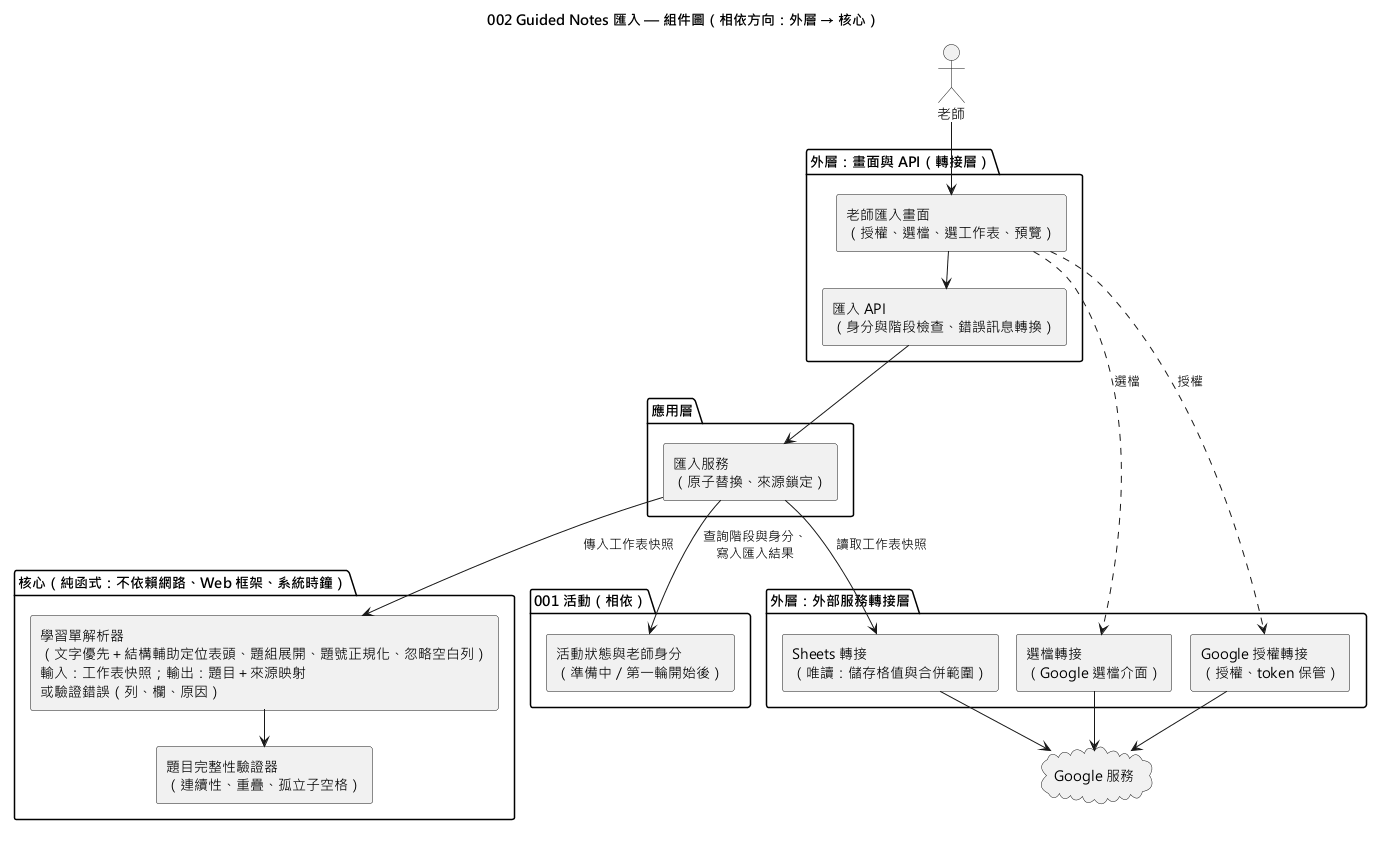
EricC430/lecture-answer-first_group16_speckit keeps this PlantUML diagram as diagrams/002-guided-notes-import-component.png. Above is the earlier version.
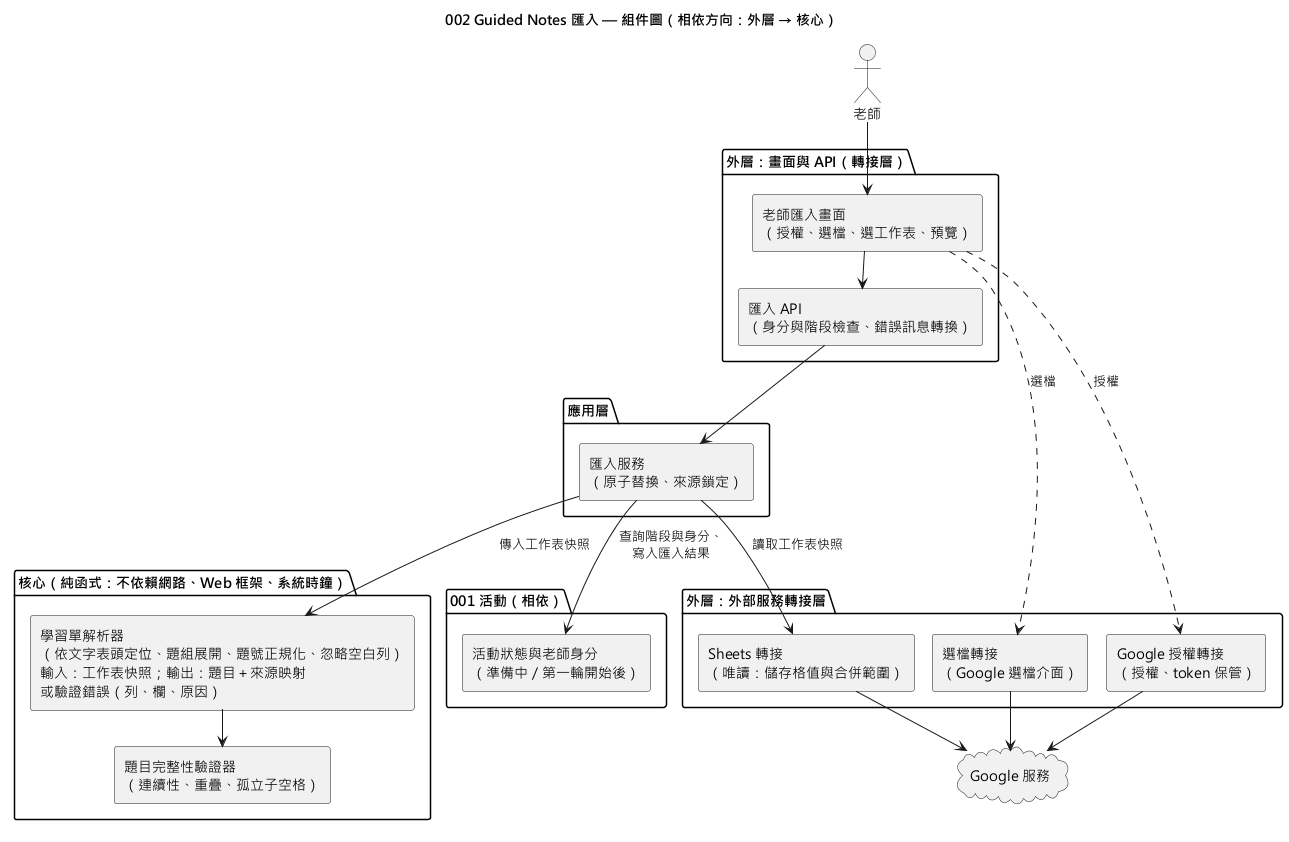
After the change.

Diff of the diagram source:
```diff
@@ -16,7 +16,7 @@
 }
 
 package "核心（純函式：不依賴網路、Web 框架、系統時鐘）" {
-  [學習單解析器\n（文字優先＋結構輔助定位表頭、題組展開、題號正規化、忽略空白列）\n輸入：工作表快照；輸出：題目＋來源映射\n或驗證錯誤（列、欄、原因）] as Parser
+  [學習單解析器\n（依文字表頭定位、題組展開、題號正規化、忽略空白列）\n輸入：工作表快照；輸出：題目＋來源映射\n或驗證錯誤（列、欄、原因）] as Parser
   [題目完整性驗證器\n（連續性、重疊、孤立子空格）] as Validator
 }
 
```
